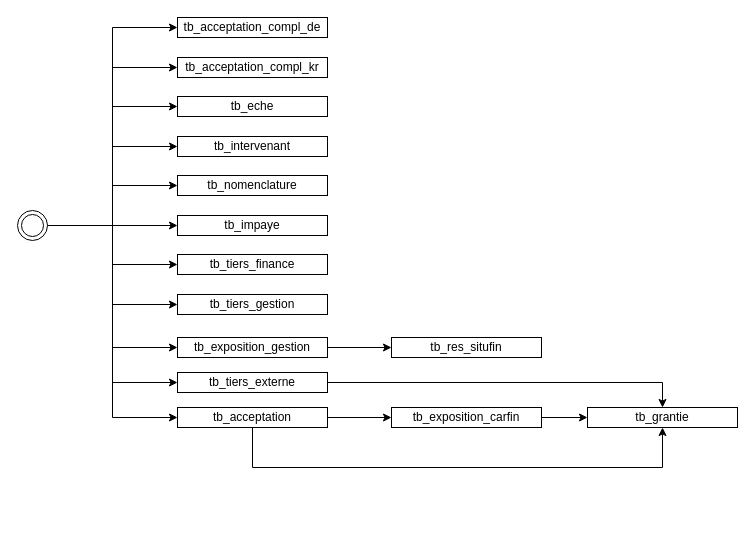
The draw.io diagram page "loading_order" (1 of 16) of schema_laurent.drawio in wunyu/drawio, before the edit. Source tidied: cells renumbered, new cells numbered last; positions are measured from the earlier drawing's top-left corner, leaving out a move shared by most shapes. Both pictures are drawn from the tidied source at 100%, with x=0, y=0 at pixel (17, 17).
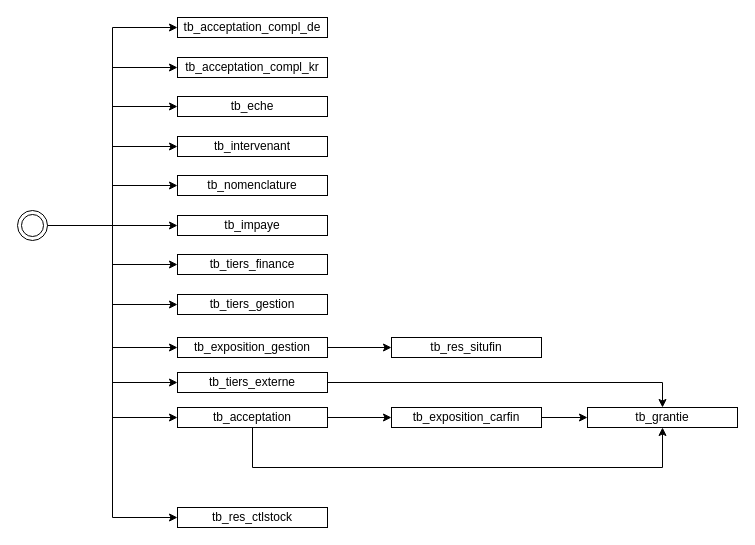
The same diagram, later.

Unchanged cells that the change refers to:
```xml
<mxCell id="32" style="ellipse;shape=doubleEllipse;html=1;dashed=0;whiteSpace=wrap;" parent="1" vertex="1">
  <mxGeometry y="193" width="30" height="30" as="geometry" />
</mxCell>
```

Diff of the diagram source:
```diff
@@
+    <mxCell id="33" style="edgeStyle=orthogonalEdgeStyle;rounded=0;jettySize=auto;html=1;entryX=0;entryY=0.5;entryDx=0;entryDy=0;" parent="1" edge="1" source="32" target="34">
+      <mxGeometry relative="1" as="geometry" />
+    </mxCell>
@@
+    <mxCell id="34" value="tb_res_ctlstock" style="whiteSpace=wrap;html=1;" parent="1" vertex="1">
+      <mxGeometry x="160" y="490" width="150" height="20" as="geometry" />
+    </mxCell>
```
